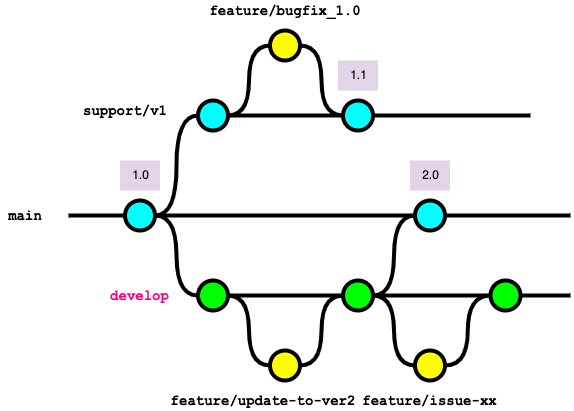
The draw.io diagram documents/forGitBranch/image/branch_strategy_multi_version.drawio.png in future-architect/coding-standards, before a commit. Source tidied: cells renumbered, new cells last; positions are measured from the earlier drawing's top-left corner, leaving out a move shared by most shapes. Source of this version:
```xml
<mxGraphModel>
  <root>
    <mxCell id="0" />
    <mxCell id="1" parent="0" />
    <mxCell id="2" style="edgeStyle=orthogonalEdgeStyle;curved=1;rounded=0;html=1;exitX=1;exitY=0.5;exitPerimeter=0;entryX=0;entryY=0.5;entryPerimeter=0;endArrow=none;endFill=0;jettySize=auto;strokeWidth=4;fontSize=15;" parent="1" edge="1" source="3" target="8">
      <mxGeometry relative="1" as="geometry" />
    </mxCell>
    <mxCell id="3" style="verticalLabelPosition=bottom;verticalAlign=top;html=1;strokeWidth=4;shape=mxgraph.flowchart.on-page_reference;plain-blue;gradientColor=none;fillColor=#00FFFF;strokeColor=#000000;" parent="1" vertex="1">
      <mxGeometry x="124.5" y="200" width="30" height="30" as="geometry" />
    </mxCell>
    <mxCell id="4" style="edgeStyle=orthogonalEdgeStyle;curved=1;rounded=0;jettySize=auto;html=1;endArrow=none;endFill=0;strokeWidth=4;fontFamily=Courier New;fontSize=16;" parent="1" edge="1" source="5">
      <mxGeometry relative="1" as="geometry">
        <mxPoint x="570" y="215" as="targetPoint" />
      </mxGeometry>
    </mxCell>
    <mxCell id="5" style="verticalLabelPosition=bottom;verticalAlign=top;html=1;strokeWidth=4;shape=mxgraph.flowchart.on-page_reference;plain-blue;gradientColor=none;strokeColor=#000000;fillColor=#00FFFF;" parent="1" vertex="1">
      <mxGeometry x="414.5" y="200" width="30" height="30" as="geometry" />
    </mxCell>
    <mxCell id="6" style="edgeStyle=orthogonalEdgeStyle;rounded=0;html=1;jettySize=auto;strokeWidth=4;endArrow=none;endFill=0;" parent="1" edge="1" target="3">
      <mxGeometry x="204.5" y="180" as="geometry">
        <mxPoint x="68" y="215" as="sourcePoint" />
      </mxGeometry>
    </mxCell>
    <mxCell id="7" value="main" style="text;html=1;strokeColor=none;fillColor=none;align=center;verticalAlign=middle;whiteSpace=wrap;overflow=hidden;fontSize=14;fontStyle=1;fontFamily=Courier New;" parent="1" vertex="1">
      <mxGeometry y="205" width="50" height="20" as="geometry" />
    </mxCell>
    <mxCell id="8" style="verticalLabelPosition=bottom;verticalAlign=top;html=1;strokeWidth=4;shape=mxgraph.flowchart.on-page_reference;plain-purple;gradientColor=none;strokeColor=#000000;fillColor=#00FF00;" parent="1" vertex="1">
      <mxGeometry x="197.5" y="280" width="30" height="30" as="geometry" />
    </mxCell>
    <mxCell id="9" style="verticalLabelPosition=bottom;verticalAlign=top;html=1;strokeWidth=4;shape=mxgraph.flowchart.on-page_reference;plain-purple;gradientColor=none;strokeColor=#000000;fillColor=#FFFF00;" parent="1" vertex="1">
      <mxGeometry x="269.5" y="350" width="30" height="30" as="geometry" />
    </mxCell>
    <mxCell id="10" style="edgeStyle=orthogonalEdgeStyle;curved=1;rounded=0;html=1;exitX=1;exitY=0.5;exitPerimeter=0;entryX=0;entryY=0.5;entryPerimeter=0;endArrow=none;endFill=0;jettySize=auto;strokeWidth=4;fontSize=15;" parent="1" edge="1" source="11" target="5">
      <mxGeometry relative="1" as="geometry" />
    </mxCell>
    <mxCell id="11" style="verticalLabelPosition=bottom;verticalAlign=top;html=1;strokeWidth=4;shape=mxgraph.flowchart.on-page_reference;plain-purple;gradientColor=none;strokeColor=#000000;fillColor=#00FF00;" parent="1" vertex="1">
      <mxGeometry x="342.5" y="280" width="30" height="30" as="geometry" />
    </mxCell>
    <mxCell id="12" value="develop" style="text;html=1;strokeColor=none;fillColor=none;align=center;verticalAlign=middle;whiteSpace=wrap;overflow=hidden;fontSize=14;fontStyle=1;fontFamily=Courier New;fontColor=#FF0080;" parent="1" vertex="1">
      <mxGeometry x="58.2" y="285" width="162.5" height="20" as="geometry" />
    </mxCell>
    <mxCell id="13" value="feature/update-to-ver2" style="text;html=1;strokeColor=none;fillColor=none;align=center;verticalAlign=middle;whiteSpace=wrap;overflow=hidden;fontSize=14;fontStyle=1;fontFamily=Courier New;" parent="1" vertex="1">
      <mxGeometry x="160" y="390" width="205.8" height="20" as="geometry" />
    </mxCell>
    <mxCell id="14" style="edgeStyle=orthogonalEdgeStyle;curved=1;rounded=0;html=1;exitX=1;exitY=0.5;exitPerimeter=0;entryX=0;entryY=0.5;entryPerimeter=0;endArrow=none;endFill=0;jettySize=auto;strokeWidth=4;fontSize=15;exitDx=0;exitDy=0;entryDx=0;entryDy=0;" parent="1" edge="1" source="8" target="9">
      <mxGeometry relative="1" as="geometry" />
    </mxCell>
    <mxCell id="15" style="edgeStyle=orthogonalEdgeStyle;curved=1;rounded=0;html=1;exitX=1;exitY=0.5;exitPerimeter=0;entryX=0;entryY=0.5;entryPerimeter=0;endArrow=none;endFill=0;jettySize=auto;strokeWidth=4;fontSize=15;exitDx=0;exitDy=0;entryDx=0;entryDy=0;" parent="1" edge="1" source="9" target="11">
      <mxGeometry relative="1" as="geometry" />
    </mxCell>
    <mxCell id="16" style="verticalLabelPosition=bottom;verticalAlign=top;html=1;strokeWidth=4;shape=mxgraph.flowchart.on-page_reference;plain-purple;gradientColor=none;strokeColor=#000000;fillColor=#FFFF00;" parent="1" vertex="1">
      <mxGeometry x="414.5" y="350" width="30" height="30" as="geometry" />
    </mxCell>
    <mxCell id="17" value="feature/issue-xx" style="text;html=1;strokeColor=none;fillColor=none;align=center;verticalAlign=middle;whiteSpace=wrap;overflow=hidden;fontSize=14;fontStyle=1;fontFamily=Courier New;" parent="1" vertex="1">
      <mxGeometry x="348.2" y="390" width="162.5" height="20" as="geometry" />
    </mxCell>
    <mxCell id="18" style="verticalLabelPosition=bottom;verticalAlign=top;html=1;strokeWidth=4;shape=mxgraph.flowchart.on-page_reference;plain-purple;gradientColor=none;strokeColor=#000000;fillColor=#00FF00;" parent="1" vertex="1">
      <mxGeometry x="490" y="280" width="30" height="30" as="geometry" />
    </mxCell>
    <mxCell id="19" style="edgeStyle=orthogonalEdgeStyle;curved=1;rounded=0;html=1;exitX=0;exitY=0.5;exitPerimeter=0;entryX=1;entryY=0.5;entryPerimeter=0;endArrow=none;endFill=0;jettySize=auto;strokeWidth=4;fontSize=15;exitDx=0;exitDy=0;entryDx=0;entryDy=0;" parent="1" edge="1" source="16" target="11">
      <mxGeometry relative="1" as="geometry" />
    </mxCell>
    <mxCell id="20" style="edgeStyle=orthogonalEdgeStyle;curved=1;rounded=0;html=1;exitX=0;exitY=0.5;exitPerimeter=0;entryX=1;entryY=0.5;entryPerimeter=0;endArrow=none;endFill=0;jettySize=auto;strokeWidth=4;fontSize=15;exitDx=0;exitDy=0;entryDx=0;entryDy=0;" parent="1" edge="1" source="18" target="16">
      <mxGeometry relative="1" as="geometry" />
    </mxCell>
    <mxCell id="21" style="edgeStyle=orthogonalEdgeStyle;curved=1;rounded=0;jettySize=auto;html=1;endArrow=none;endFill=0;strokeWidth=4;fontFamily=Courier New;fontSize=16;exitX=1;exitY=0.5;exitDx=0;exitDy=0;exitPerimeter=0;" parent="1" edge="1" source="18">
      <mxGeometry relative="1" as="geometry">
        <mxPoint x="570" y="295" as="targetPoint" />
      </mxGeometry>
    </mxCell>
    <mxCell id="22" style="edgeStyle=orthogonalEdgeStyle;curved=1;rounded=0;jettySize=auto;html=1;endArrow=none;endFill=0;strokeWidth=4;fontFamily=Courier New;fontSize=16;exitX=1;exitY=0.5;exitDx=0;exitDy=0;exitPerimeter=0;entryX=0;entryY=0.5;entryDx=0;entryDy=0;entryPerimeter=0;" parent="1" edge="1" source="11" target="18">
      <mxGeometry relative="1" as="geometry" />
    </mxCell>
    <mxCell id="23" style="edgeStyle=orthogonalEdgeStyle;curved=1;rounded=0;jettySize=auto;html=1;endArrow=none;endFill=0;strokeWidth=4;fontFamily=Courier New;fontSize=16;exitX=1;exitY=0.5;exitDx=0;exitDy=0;exitPerimeter=0;" parent="1" edge="1" source="8" target="11">
      <mxGeometry relative="1" as="geometry" />
    </mxCell>
    <mxCell id="24" style="edgeStyle=orthogonalEdgeStyle;curved=1;rounded=0;jettySize=auto;html=1;endArrow=none;endFill=0;strokeWidth=4;fontFamily=Courier New;fontSize=16;exitX=1;exitY=0.5;exitDx=0;exitDy=0;exitPerimeter=0;entryX=0;entryY=0.5;entryDx=0;entryDy=0;entryPerimeter=0;" parent="1" edge="1" source="3" target="5">
      <mxGeometry relative="1" as="geometry" />
    </mxCell>
    <mxCell id="25" style="verticalLabelPosition=bottom;verticalAlign=top;html=1;strokeWidth=4;shape=mxgraph.flowchart.on-page_reference;plain-blue;gradientColor=none;fillColor=#00FFFF;strokeColor=#000000;" parent="1" vertex="1">
      <mxGeometry x="197.5" y="100" width="30" height="30" as="geometry" />
    </mxCell>
    <mxCell id="26" value="support/v1" style="text;html=1;strokeColor=none;fillColor=none;align=center;verticalAlign=middle;whiteSpace=wrap;overflow=hidden;fontSize=14;fontStyle=1;fontFamily=Courier New;" parent="1" vertex="1">
      <mxGeometry x="80" y="100" width="90" height="20" as="geometry" />
    </mxCell>
    <mxCell id="27" style="edgeStyle=orthogonalEdgeStyle;curved=1;rounded=0;html=1;entryX=0;entryY=0.5;entryPerimeter=0;endArrow=none;endFill=0;jettySize=auto;strokeWidth=4;fontSize=15;entryDx=0;entryDy=0;exitX=1;exitY=0.5;exitDx=0;exitDy=0;exitPerimeter=0;" parent="1" edge="1" source="3" target="25">
      <mxGeometry relative="1" as="geometry" />
    </mxCell>
    <mxCell id="28" style="verticalLabelPosition=bottom;verticalAlign=top;html=1;strokeWidth=4;shape=mxgraph.flowchart.on-page_reference;plain-purple;gradientColor=none;strokeColor=#000000;fillColor=#FFFF00;" parent="1" vertex="1">
      <mxGeometry x="269.5" y="30" width="30" height="30" as="geometry" />
    </mxCell>
    <mxCell id="29" style="edgeStyle=orthogonalEdgeStyle;curved=1;rounded=0;jettySize=auto;html=1;endArrow=none;endFill=0;strokeWidth=4;fontFamily=Courier New;fontSize=16;exitX=1;exitY=0.5;exitDx=0;exitDy=0;exitPerimeter=0;entryX=0;entryY=0.5;entryDx=0;entryDy=0;entryPerimeter=0;" parent="1" edge="1" source="25" target="30">
      <mxGeometry relative="1" as="geometry" />
    </mxCell>
    <mxCell id="30" style="verticalLabelPosition=bottom;verticalAlign=top;html=1;strokeWidth=4;shape=mxgraph.flowchart.on-page_reference;plain-blue;gradientColor=none;fillColor=#00FFFF;strokeColor=#000000;" parent="1" vertex="1">
      <mxGeometry x="342.5" y="100" width="30" height="30" as="geometry" />
    </mxCell>
    <mxCell id="31" value="1.0" style="text;html=1;align=center;verticalAlign=middle;strokeColor=none;fillColor=#e1d5e7;" parent="1" vertex="1">
      <mxGeometry x="119.5" y="160" width="40" height="30" as="geometry" />
    </mxCell>
    <mxCell id="32" value="2.0" style="text;html=1;align=center;verticalAlign=middle;strokeColor=none;fillColor=#e1d5e7;" parent="1" vertex="1">
      <mxGeometry x="409.5" y="160" width="40" height="30" as="geometry" />
    </mxCell>
    <mxCell id="33" value="1.1" style="text;html=1;align=center;verticalAlign=middle;strokeColor=none;fillColor=#e1d5e7;" parent="1" vertex="1">
      <mxGeometry x="337.5" y="60" width="40" height="30" as="geometry" />
    </mxCell>
    <mxCell id="34" value="feature/bugfix_1.0" style="text;html=1;strokeColor=none;fillColor=none;align=center;verticalAlign=middle;whiteSpace=wrap;overflow=hidden;fontSize=14;fontStyle=1;fontFamily=Courier New;" parent="1" vertex="1">
      <mxGeometry x="181.6" width="205.8" height="20" as="geometry" />
    </mxCell>
    <mxCell id="35" style="edgeStyle=orthogonalEdgeStyle;curved=1;rounded=0;html=1;exitX=1;exitY=0.5;exitPerimeter=0;entryX=0;entryY=0.5;entryPerimeter=0;endArrow=none;endFill=0;jettySize=auto;strokeWidth=4;fontSize=15;exitDx=0;exitDy=0;entryDx=0;entryDy=0;" parent="1" edge="1" source="25" target="28">
      <mxGeometry relative="1" as="geometry" />
    </mxCell>
    <mxCell id="36" style="edgeStyle=orthogonalEdgeStyle;curved=1;rounded=0;html=1;exitX=0;exitY=0.5;exitPerimeter=0;entryX=1;entryY=0.5;entryPerimeter=0;endArrow=none;endFill=0;jettySize=auto;strokeWidth=4;fontSize=15;exitDx=0;exitDy=0;entryDx=0;entryDy=0;" parent="1" edge="1" source="30" target="28">
      <mxGeometry relative="1" as="geometry" />
    </mxCell>
    <mxCell id="37" style="edgeStyle=orthogonalEdgeStyle;curved=1;rounded=0;jettySize=auto;html=1;endArrow=none;endFill=0;strokeWidth=4;fontFamily=Courier New;fontSize=16;exitX=1;exitY=0.5;exitDx=0;exitDy=0;exitPerimeter=0;" parent="1" edge="1" source="30">
      <mxGeometry relative="1" as="geometry">
        <mxPoint x="530" y="115" as="targetPoint" />
      </mxGeometry>
    </mxCell>
  </root>
</mxGraphModel>
```
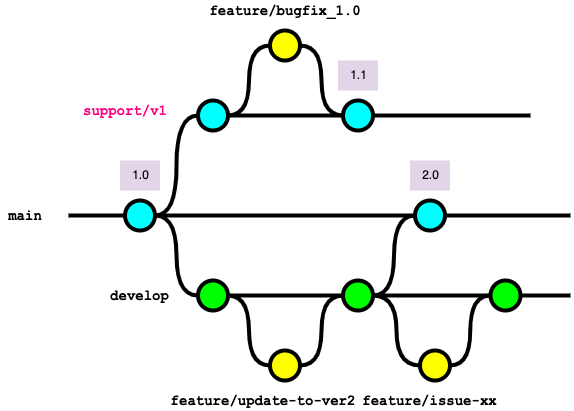
Later version of the same file.

Commit message:
add develop2 release flow

Diff of the diagram source:
```diff
@@ -36,7 +36,7 @@
     <mxCell id="11" style="verticalLabelPosition=bottom;verticalAlign=top;html=1;strokeWidth=4;shape=mxgraph.flowchart.on-page_reference;plain-purple;gradientColor=none;strokeColor=#000000;fillColor=#00FF00;" parent="1" vertex="1">
       <mxGeometry x="342.5" y="280" width="30" height="30" as="geometry" />
     </mxCell>
-    <mxCell id="12" value="develop" style="text;html=1;strokeColor=none;fillColor=none;align=center;verticalAlign=middle;whiteSpace=wrap;overflow=hidden;fontSize=14;fontStyle=1;fontFamily=Courier New;fontColor=#FF0080;" parent="1" vertex="1">
+    <mxCell id="12" value="develop" style="text;html=1;strokeColor=none;fillColor=none;align=center;verticalAlign=middle;whiteSpace=wrap;overflow=hidden;fontSize=14;fontStyle=1;fontFamily=Courier New;fontColor=#000000;" parent="1" vertex="1">
       <mxGeometry x="58.2" y="285" width="162.5" height="20" as="geometry" />
     </mxCell>
     <mxCell id="13" value="feature/update-to-ver2" style="text;html=1;strokeColor=none;fillColor=none;align=center;verticalAlign=middle;whiteSpace=wrap;overflow=hidden;fontSize=14;fontStyle=1;fontFamily=Courier New;" parent="1" vertex="1">
@@ -49,7 +49,7 @@
       <mxGeometry relative="1" as="geometry" />
     </mxCell>
     <mxCell id="16" style="verticalLabelPosition=bottom;verticalAlign=top;html=1;strokeWidth=4;shape=mxgraph.flowchart.on-page_reference;plain-purple;gradientColor=none;strokeColor=#000000;fillColor=#FFFF00;" parent="1" vertex="1">
-      <mxGeometry x="414.5" y="350" width="30" height="30" as="geometry" />
+      <mxGeometry x="419.5" y="350" width="30" height="30" as="geometry" />
     </mxCell>
     <mxCell id="17" value="feature/issue-xx" style="text;html=1;strokeColor=none;fillColor=none;align=center;verticalAlign=middle;whiteSpace=wrap;overflow=hidden;fontSize=14;fontStyle=1;fontFamily=Courier New;" parent="1" vertex="1">
       <mxGeometry x="348.2" y="390" width="162.5" height="20" as="geometry" />
@@ -80,7 +80,7 @@
     <mxCell id="25" style="verticalLabelPosition=bottom;verticalAlign=top;html=1;strokeWidth=4;shape=mxgraph.flowchart.on-page_reference;plain-blue;gradientColor=none;fillColor=#00FFFF;strokeColor=#000000;" parent="1" vertex="1">
       <mxGeometry x="197.5" y="100" width="30" height="30" as="geometry" />
     </mxCell>
-    <mxCell id="26" value="support/v1" style="text;html=1;strokeColor=none;fillColor=none;align=center;verticalAlign=middle;whiteSpace=wrap;overflow=hidden;fontSize=14;fontStyle=1;fontFamily=Courier New;" parent="1" vertex="1">
+    <mxCell id="26" value="support/v1" style="text;html=1;strokeColor=none;fillColor=none;align=center;verticalAlign=middle;whiteSpace=wrap;overflow=hidden;fontSize=14;fontStyle=1;fontFamily=Courier New;fontColor=#FF0080;" parent="1" vertex="1">
       <mxGeometry x="80" y="100" width="90" height="20" as="geometry" />
     </mxCell>
     <mxCell id="27" style="edgeStyle=orthogonalEdgeStyle;curved=1;rounded=0;html=1;entryX=0;entryY=0.5;entryPerimeter=0;endArrow=none;endFill=0;jettySize=auto;strokeWidth=4;fontSize=15;entryDx=0;entryDy=0;exitX=1;exitY=0.5;exitDx=0;exitDy=0;exitPerimeter=0;" parent="1" edge="1" source="3" target="25">
```
